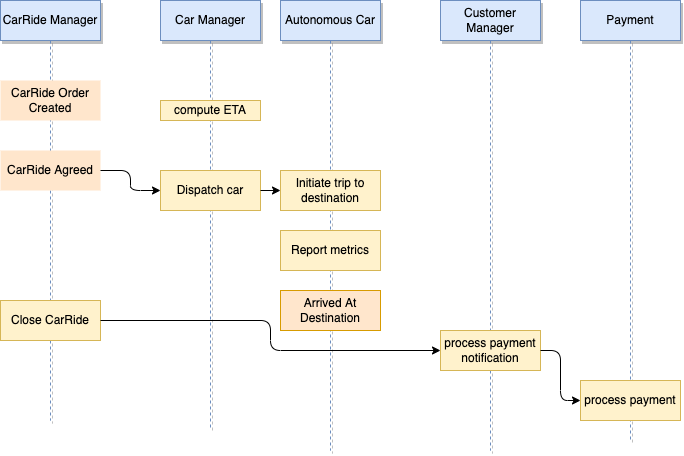
Earlier version of the draw.io export docs/patterns/saga/images/saga-ctx.drawio.png (jbcodeforce/eda-studies). Source tidied: cells renumbered, new cells last; positions are measured from the earlier drawing's top-left corner, leaving out a move shared by most shapes. The source it was exported from:
```xml
<mxGraphModel>
  <root>
    <mxCell id="0" />
    <mxCell id="1" parent="0" />
    <mxCell id="2" value="CarRide Manager" style="shape=umlLifeline;perimeter=lifelinePerimeter;whiteSpace=wrap;html=1;fillColor=#dae8fc;strokeColor=#6c8ebf;shadow=1;" parent="1" vertex="1">
      <mxGeometry width="100" height="420" as="geometry" />
    </mxCell>
    <mxCell id="3" value="CarRide Order Created" style="rounded=0;whiteSpace=wrap;html=1;strokeColor=none;fillColor=#ffe6cc;" parent="2" vertex="1">
      <mxGeometry y="80" width="100" height="40" as="geometry" />
    </mxCell>
    <mxCell id="4" value="CarRide Agreed" style="rounded=0;whiteSpace=wrap;html=1;fillColor=#ffe6cc;strokeColor=none;" parent="2" vertex="1">
      <mxGeometry y="150" width="100" height="40" as="geometry" />
    </mxCell>
    <mxCell id="5" value="Close CarRide" style="rounded=0;whiteSpace=wrap;html=1;fillColor=#fff2cc;strokeColor=#d6b656;" parent="2" vertex="1">
      <mxGeometry y="300" width="100" height="40" as="geometry" />
    </mxCell>
    <mxCell id="6" value="Car Manager" style="shape=umlLifeline;perimeter=lifelinePerimeter;whiteSpace=wrap;html=1;fillColor=#dae8fc;strokeColor=#6c8ebf;shadow=1;" parent="1" vertex="1">
      <mxGeometry x="160" width="100" height="430" as="geometry" />
    </mxCell>
    <mxCell id="7" value="compute ETA" style="rounded=0;whiteSpace=wrap;html=1;fillColor=#fff2cc;strokeColor=#d6b656;" parent="6" vertex="1">
      <mxGeometry y="100" width="100" height="20" as="geometry" />
    </mxCell>
    <mxCell id="8" value="Dispatch car" style="rounded=0;whiteSpace=wrap;html=1;fillColor=#fff2cc;strokeColor=#d6b656;" parent="6" vertex="1">
      <mxGeometry y="170" width="100" height="40" as="geometry" />
    </mxCell>
    <mxCell id="9" value="Payment" style="shape=umlLifeline;perimeter=lifelinePerimeter;whiteSpace=wrap;html=1;fillColor=#dae8fc;strokeColor=#6c8ebf;shadow=1;" parent="1" vertex="1">
      <mxGeometry x="580" width="100" height="440" as="geometry" />
    </mxCell>
    <mxCell id="10" value="process payment" style="rounded=0;whiteSpace=wrap;html=1;fillColor=#fff2cc;strokeColor=#d6b656;" parent="9" vertex="1">
      <mxGeometry y="380" width="100" height="40" as="geometry" />
    </mxCell>
    <mxCell id="11" value="Autonomous Car" style="shape=umlLifeline;perimeter=lifelinePerimeter;whiteSpace=wrap;html=1;fillColor=#dae8fc;strokeColor=#6c8ebf;shadow=1;" parent="1" vertex="1">
      <mxGeometry x="280" width="100" height="450" as="geometry" />
    </mxCell>
    <mxCell id="12" value="Report metrics" style="rounded=0;whiteSpace=wrap;html=1;fillColor=#fff2cc;strokeColor=#d6b656;" parent="11" vertex="1">
      <mxGeometry y="230" width="100" height="40" as="geometry" />
    </mxCell>
    <mxCell id="13" value="Initiate trip to destination" style="rounded=0;whiteSpace=wrap;html=1;fillColor=#fff2cc;strokeColor=#d6b656;" parent="11" vertex="1">
      <mxGeometry y="170" width="100" height="40" as="geometry" />
    </mxCell>
    <mxCell id="14" value="Arrived At Destination" style="rounded=0;whiteSpace=wrap;html=1;fillColor=#ffe6cc;strokeColor=#d79b00;" parent="1" vertex="1">
      <mxGeometry x="280" y="290" width="100" height="40" as="geometry" />
    </mxCell>
    <mxCell id="15" value="Customer Manager" style="shape=umlLifeline;perimeter=lifelinePerimeter;whiteSpace=wrap;html=1;fillColor=#dae8fc;strokeColor=#6c8ebf;shadow=1;" parent="1" vertex="1">
      <mxGeometry x="440" width="100" height="450" as="geometry" />
    </mxCell>
    <mxCell id="16" value="process payment&lt;br&gt;notification" style="rounded=0;whiteSpace=wrap;html=1;fillColor=#fff2cc;strokeColor=#d6b656;" parent="15" vertex="1">
      <mxGeometry y="330" width="100" height="40" as="geometry" />
    </mxCell>
    <mxCell id="17" style="edgeStyle=orthogonalEdgeStyle;html=1;" parent="1" edge="1" source="4">
      <mxGeometry relative="1" as="geometry">
        <mxPoint x="160" y="190" as="targetPoint" />
      </mxGeometry>
    </mxCell>
    <mxCell id="18" style="edgeStyle=orthogonalEdgeStyle;html=1;" parent="1" edge="1" source="5" target="16">
      <mxGeometry relative="1" as="geometry" />
    </mxCell>
    <mxCell id="19" style="edgeStyle=orthogonalEdgeStyle;html=1;entryX=0;entryY=0.5;entryDx=0;entryDy=0;" parent="1" edge="1" source="16" target="10">
      <mxGeometry relative="1" as="geometry" />
    </mxCell>
    <mxCell id="20" style="edgeStyle=orthogonalEdgeStyle;html=1;exitX=1;exitY=0.5;exitDx=0;exitDy=0;" parent="1" edge="1" source="8" target="13">
      <mxGeometry relative="1" as="geometry" />
    </mxCell>
  </root>
</mxGraphModel>
```
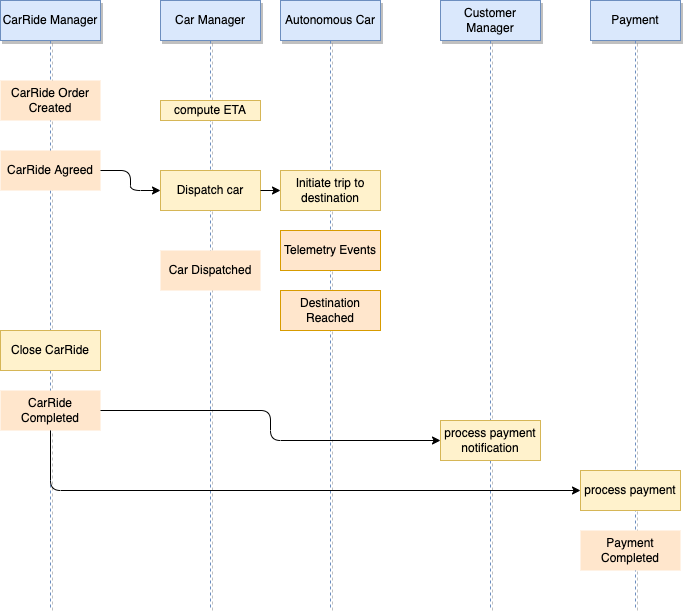
After the change.

The edit, as a diff of the source:
```diff
@@ -3,7 +3,7 @@
     <mxCell id="0" />
     <mxCell id="1" parent="0" />
     <mxCell id="2" value="CarRide Manager" style="shape=umlLifeline;perimeter=lifelinePerimeter;whiteSpace=wrap;html=1;fillColor=#dae8fc;strokeColor=#6c8ebf;shadow=1;" parent="1" vertex="1">
-      <mxGeometry width="100" height="420" as="geometry" />
+      <mxGeometry width="100" height="610" as="geometry" />
     </mxCell>
     <mxCell id="3" value="CarRide Order Created" style="rounded=0;whiteSpace=wrap;html=1;strokeColor=none;fillColor=#ffe6cc;" parent="2" vertex="1">
       <mxGeometry y="80" width="100" height="40" as="geometry" />
@@ -12,10 +12,13 @@
       <mxGeometry y="150" width="100" height="40" as="geometry" />
     </mxCell>
     <mxCell id="5" value="Close CarRide" style="rounded=0;whiteSpace=wrap;html=1;fillColor=#fff2cc;strokeColor=#d6b656;" parent="2" vertex="1">
-      <mxGeometry y="300" width="100" height="40" as="geometry" />
+      <mxGeometry y="330" width="100" height="40" as="geometry" />
     </mxCell>
+    <mxCell id="21" value="CarRide Completed" style="rounded=0;whiteSpace=wrap;html=1;fillColor=#ffe6cc;strokeColor=none;" parent="2" vertex="1">
+      <mxGeometry y="390" width="100" height="40" as="geometry" />
+    </mxCell>
     <mxCell id="6" value="Car Manager" style="shape=umlLifeline;perimeter=lifelinePerimeter;whiteSpace=wrap;html=1;fillColor=#dae8fc;strokeColor=#6c8ebf;shadow=1;" parent="1" vertex="1">
-      <mxGeometry x="160" width="100" height="430" as="geometry" />
+      <mxGeometry x="160" width="100" height="610" as="geometry" />
     </mxCell>
     <mxCell id="7" value="compute ETA" style="rounded=0;whiteSpace=wrap;html=1;fillColor=#fff2cc;strokeColor=#d6b656;" parent="6" vertex="1">
       <mxGeometry y="100" width="100" height="20" as="geometry" />
@@ -23,43 +26,49 @@
     <mxCell id="8" value="Dispatch car" style="rounded=0;whiteSpace=wrap;html=1;fillColor=#fff2cc;strokeColor=#d6b656;" parent="6" vertex="1">
       <mxGeometry y="170" width="100" height="40" as="geometry" />
     </mxCell>
+    <mxCell id="22" value="Car Dispatched" style="rounded=0;whiteSpace=wrap;html=1;fillColor=#ffe6cc;strokeColor=none;" parent="6" vertex="1">
+      <mxGeometry y="250" width="100" height="40" as="geometry" />
+    </mxCell>
     <mxCell id="9" value="Payment" style="shape=umlLifeline;perimeter=lifelinePerimeter;whiteSpace=wrap;html=1;fillColor=#dae8fc;strokeColor=#6c8ebf;shadow=1;" parent="1" vertex="1">
-      <mxGeometry x="580" width="100" height="440" as="geometry" />
+      <mxGeometry x="590" width="90" height="610" as="geometry" />
     </mxCell>
-    <mxCell id="10" value="process payment" style="rounded=0;whiteSpace=wrap;html=1;fillColor=#fff2cc;strokeColor=#d6b656;" parent="9" vertex="1">
-      <mxGeometry y="380" width="100" height="40" as="geometry" />
-    </mxCell>
     <mxCell id="11" value="Autonomous Car" style="shape=umlLifeline;perimeter=lifelinePerimeter;whiteSpace=wrap;html=1;fillColor=#dae8fc;strokeColor=#6c8ebf;shadow=1;" parent="1" vertex="1">
-      <mxGeometry x="280" width="100" height="450" as="geometry" />
+      <mxGeometry x="280" width="100" height="610" as="geometry" />
     </mxCell>
-    <mxCell id="12" value="Report metrics" style="rounded=0;whiteSpace=wrap;html=1;fillColor=#fff2cc;strokeColor=#d6b656;" parent="11" vertex="1">
+    <mxCell id="12" value="Telemetry Events" style="rounded=0;whiteSpace=wrap;html=1;fillColor=#ffe6cc;strokeColor=#d79b00;" parent="11" vertex="1">
       <mxGeometry y="230" width="100" height="40" as="geometry" />
     </mxCell>
     <mxCell id="13" value="Initiate trip to destination" style="rounded=0;whiteSpace=wrap;html=1;fillColor=#fff2cc;strokeColor=#d6b656;" parent="11" vertex="1">
       <mxGeometry y="170" width="100" height="40" as="geometry" />
     </mxCell>
-    <mxCell id="14" value="Arrived At Destination" style="rounded=0;whiteSpace=wrap;html=1;fillColor=#ffe6cc;strokeColor=#d79b00;" parent="1" vertex="1">
+    <mxCell id="14" value="Destination Reached" style="rounded=0;whiteSpace=wrap;html=1;fillColor=#ffe6cc;strokeColor=#d79b00;" parent="1" vertex="1">
       <mxGeometry x="280" y="290" width="100" height="40" as="geometry" />
     </mxCell>
     <mxCell id="15" value="Customer Manager" style="shape=umlLifeline;perimeter=lifelinePerimeter;whiteSpace=wrap;html=1;fillColor=#dae8fc;strokeColor=#6c8ebf;shadow=1;" parent="1" vertex="1">
-      <mxGeometry x="440" width="100" height="450" as="geometry" />
+      <mxGeometry x="440" width="100" height="610" as="geometry" />
     </mxCell>
     <mxCell id="16" value="process payment&lt;br&gt;notification" style="rounded=0;whiteSpace=wrap;html=1;fillColor=#fff2cc;strokeColor=#d6b656;" parent="15" vertex="1">
-      <mxGeometry y="330" width="100" height="40" as="geometry" />
+      <mxGeometry y="420" width="100" height="40" as="geometry" />
     </mxCell>
     <mxCell id="17" style="edgeStyle=orthogonalEdgeStyle;html=1;" parent="1" edge="1" source="4">
       <mxGeometry relative="1" as="geometry">
         <mxPoint x="160" y="190" as="targetPoint" />
       </mxGeometry>
     </mxCell>
-    <mxCell id="18" style="edgeStyle=orthogonalEdgeStyle;html=1;" parent="1" edge="1" source="5" target="16">
+    <mxCell id="18" style="edgeStyle=orthogonalEdgeStyle;html=1;exitX=1;exitY=0.5;exitDx=0;exitDy=0;" parent="1" edge="1" source="21" target="16">
       <mxGeometry relative="1" as="geometry" />
     </mxCell>
-    <mxCell id="19" style="edgeStyle=orthogonalEdgeStyle;html=1;entryX=0;entryY=0.5;entryDx=0;entryDy=0;" parent="1" edge="1" source="16" target="10">
+    <mxCell id="19" style="edgeStyle=orthogonalEdgeStyle;html=1;entryX=0;entryY=0.5;entryDx=0;entryDy=0;exitX=0.5;exitY=1;exitDx=0;exitDy=0;" parent="1" edge="1" source="21" target="10">
       <mxGeometry relative="1" as="geometry" />
     </mxCell>
     <mxCell id="20" style="edgeStyle=orthogonalEdgeStyle;html=1;exitX=1;exitY=0.5;exitDx=0;exitDy=0;" parent="1" edge="1" source="8" target="13">
       <mxGeometry relative="1" as="geometry" />
     </mxCell>
+    <mxCell id="10" value="process payment" style="rounded=0;whiteSpace=wrap;html=1;fillColor=#fff2cc;strokeColor=#d6b656;" parent="1" vertex="1">
+      <mxGeometry x="580" y="470" width="100" height="40" as="geometry" />
+    </mxCell>
+    <mxCell id="23" value="Payment Completed" style="rounded=0;whiteSpace=wrap;html=1;fillColor=#ffe6cc;strokeColor=none;" parent="1" vertex="1">
+      <mxGeometry x="580" y="530" width="100" height="40" as="geometry" />
+    </mxCell>
   </root>
 </mxGraphModel>
```
